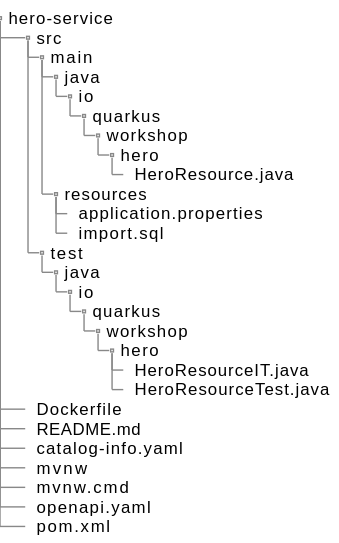
cescoffier/quarkus-openshift-workshop keeps this PlantUML diagram as target/hero-directory-structure.svg. Above is the earlier version.
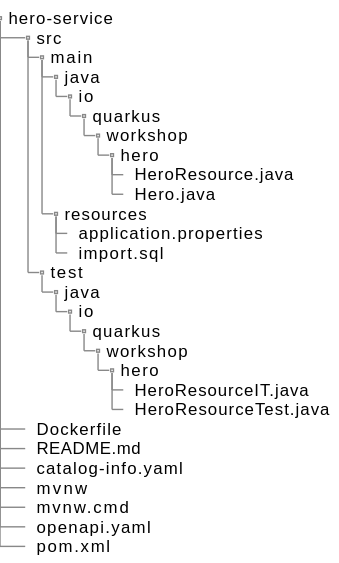
The same file after the commit.

The edit, as a diff of the source:
```diff
@@ -11,6 +11,7 @@
 +++++++  workshop
 ++++++++  hero
 +++++++++  HeroResource.java
++++++++++  Hero.java
 ++++  resources
 +++++  application.properties
 +++++  import.sql
```
